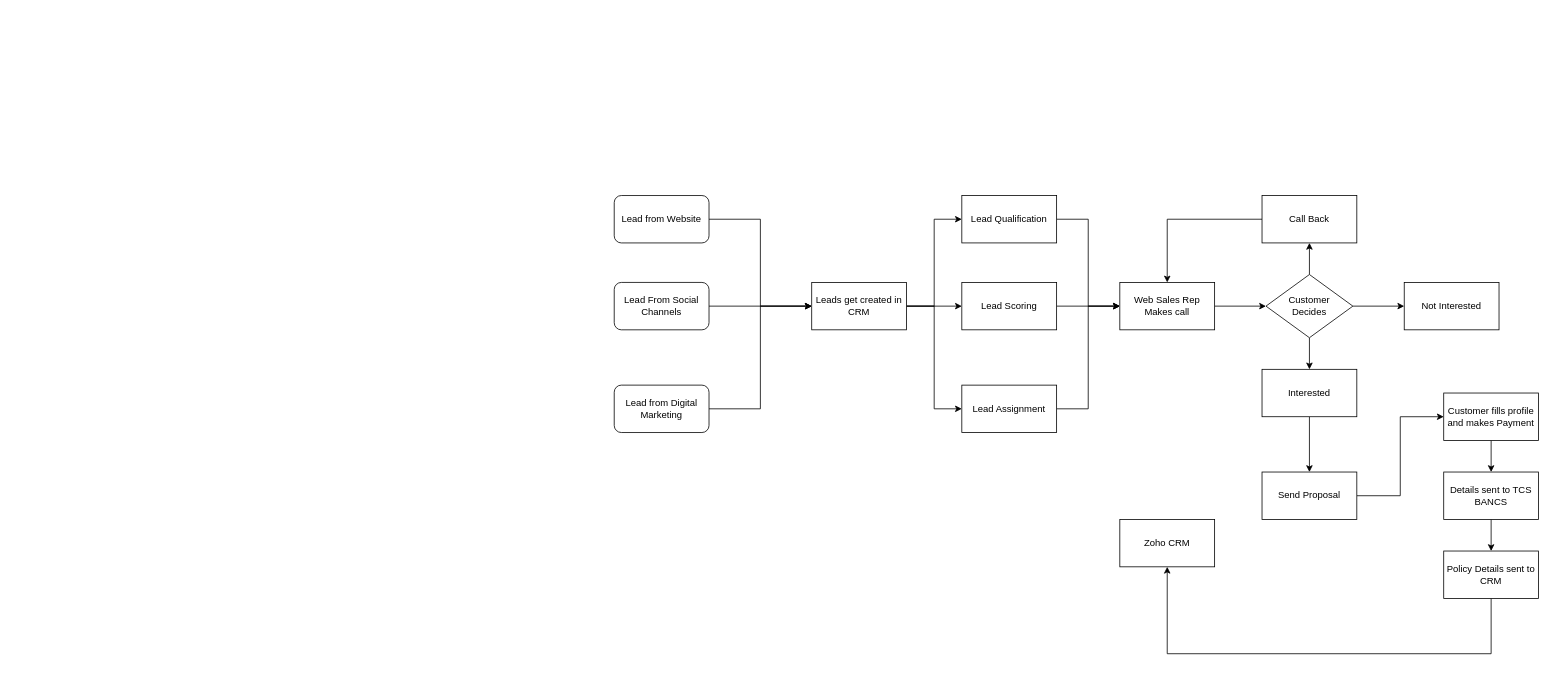
Before: WebSales.drawio in shaileshsreedar/Galaxy, a draw.io diagram. Source tidied: cells renumbered, new cells numbered last; positions are measured from the earlier drawing's top-left corner, leaving out a move shared by most shapes. Both pictures are drawn from the tidied source at 79%, with x=0, y=0 at pixel (614, 195).
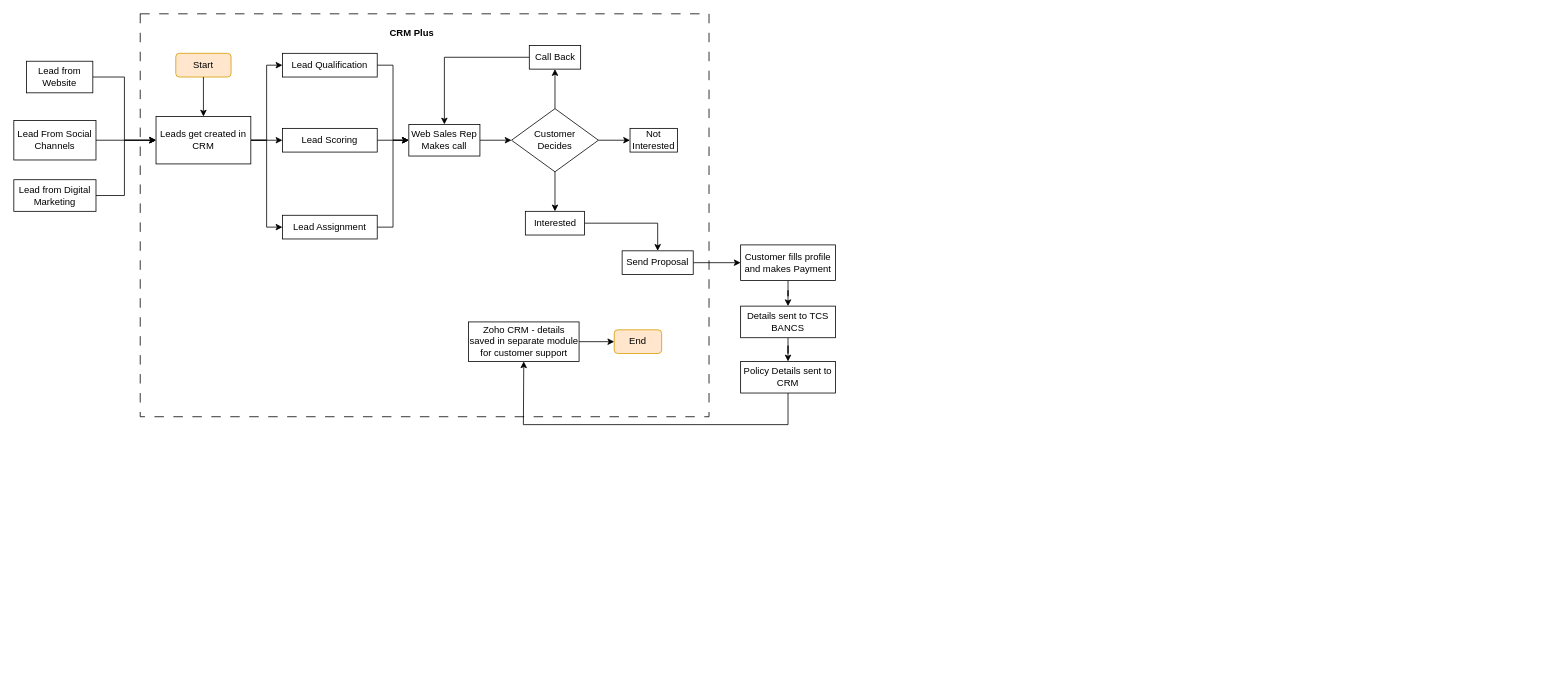
After the change.

Diff of the diagram source:
```diff
@@
-<mxGraphModel>
+<mxGraphModel background="#ffffff">
@@
+    <mxCell id="38" style="rounded=0;whiteSpace=wrap;html=1;dashed=1;dashPattern=12 12;" parent="1" vertex="1">
+      <mxGeometry x="-600" y="-230" width="720" height="510" as="geometry" />
+    </mxCell>
     <mxCell id="2" value="Not Interested" style="rounded=0;whiteSpace=wrap;html=1;" parent="1" vertex="1">
-      <mxGeometry x="1000" y="110" width="120" height="60" as="geometry" />
+      <mxGeometry x="20" y="-85" width="60" height="30" as="geometry" />
     </mxCell>
@@
     <mxCell id="6" value="Customer&lt;br&gt;Decides" style="rhombus;whiteSpace=wrap;html=1;" parent="1" vertex="1">
-      <mxGeometry x="825" y="100" width="110" height="80" as="geometry" />
+      <mxGeometry x="-130" y="-110" width="110" height="80" as="geometry" />
     </mxCell>
@@
     <mxCell id="8" value="Call Back" style="rounded=0;whiteSpace=wrap;html=1;" parent="1" vertex="1">
-      <mxGeometry x="820" width="120" height="60" as="geometry" />
+      <mxGeometry x="-107.5" y="-190" width="65" height="30" as="geometry" />
     </mxCell>
@@
     <mxCell id="10" value="Inte&lt;span style=&quot;background-color: initial;&quot;&gt;rested&lt;/span&gt;" style="rounded=0;whiteSpace=wrap;html=1;" parent="1" vertex="1">
-      <mxGeometry x="820" y="220" width="120" height="60" as="geometry" />
+      <mxGeometry x="-112.5" y="20" width="75" height="30" as="geometry" />
     </mxCell>
@@
     <mxCell id="12" value="Send Proposal" style="rounded=0;whiteSpace=wrap;html=1;" parent="1" vertex="1">
-      <mxGeometry x="820" y="350" width="120" height="60" as="geometry" />
+      <mxGeometry x="10" y="70" width="90" height="30" as="geometry" />
     </mxCell>
@@
     <mxCell id="14" value="Web Sales Rep Makes call" style="rounded=0;whiteSpace=wrap;html=1;" parent="1" vertex="1">
-      <mxGeometry x="640" y="110" width="120" height="60" as="geometry" />
+      <mxGeometry x="-260" y="-90" width="90" height="40" as="geometry" />
     </mxCell>
@@
     <mxCell id="16" value="Lead Qualification" style="rounded=0;whiteSpace=wrap;html=1;" parent="1" vertex="1">
-      <mxGeometry x="440" width="120" height="60" as="geometry" />
+      <mxGeometry x="-420" y="-180" width="120" height="30" as="geometry" />
     </mxCell>
@@
     <mxCell id="18" value="Lead Scoring" style="rounded=0;whiteSpace=wrap;html=1;" parent="1" vertex="1">
-      <mxGeometry x="440" y="110" width="120" height="60" as="geometry" />
+      <mxGeometry x="-420" y="-85" width="120" height="30" as="geometry" />
     </mxCell>
@@
     <mxCell id="20" value="Lead Assignment" style="rounded=0;whiteSpace=wrap;html=1;" parent="1" vertex="1">
-      <mxGeometry x="440" y="240" width="120" height="60" as="geometry" />
+      <mxGeometry x="-420" y="25" width="120" height="30" as="geometry" />
     </mxCell>
@@
     <mxCell id="24" value="Leads get created in CRM" style="rounded=0;whiteSpace=wrap;html=1;" parent="1" vertex="1">
-      <mxGeometry x="250" y="110" width="120" height="60" as="geometry" />
+      <mxGeometry x="-580" y="-100" width="120" height="60" as="geometry" />
     </mxCell>
@@
-    <mxCell id="26" value="Lead from Website" style="rounded=1;whiteSpace=wrap;html=1;" parent="1" vertex="1">
-      <mxGeometry width="120" height="60" as="geometry" />
+    <mxCell id="26" value="Lead from Website" style="rounded=0;whiteSpace=wrap;html=1;" parent="1" vertex="1">
+      <mxGeometry x="-744" y="-170" width="84" height="40" as="geometry" />
     </mxCell>
@@
-    <mxCell id="28" value="Lead From Social Channels" style="rounded=1;whiteSpace=wrap;html=1;" parent="1" vertex="1">
-      <mxGeometry y="110" width="120" height="60" as="geometry" />
+    <mxCell id="28" value="Lead From Social Channels" style="rounded=0;whiteSpace=wrap;html=1;" parent="1" vertex="1">
+      <mxGeometry x="-760" y="-95" width="104" height="50" as="geometry" />
     </mxCell>
-    <mxCell id="29" style="edgeStyle=orthogonalEdgeStyle;rounded=0;jettySize=auto;html=1;entryX=0;entryY=0.5;entryDx=0;entryDy=0;" parent="1" edge="1" source="30" target="24">
-      <mxGeometry relative="1" as="geometry" />
-    </mxCell>
-    <mxCell id="30" value="Lead from Digital Marketing" style="rounded=1;whiteSpace=wrap;html=1;" parent="1" vertex="1">
-      <mxGeometry y="240" width="120" height="60" as="geometry" />
+    <mxCell id="30" value="Lead from Digital Marketing" style="rounded=0;whiteSpace=wrap;html=1;" parent="1" vertex="1">
+      <mxGeometry x="-760" y="-20" width="104" height="40" as="geometry" />
     </mxCell>
@@
     <mxCell id="32" value="Customer fills profile and makes Payment" style="rounded=0;whiteSpace=wrap;html=1;" parent="1" vertex="1">
-      <mxGeometry x="1050" y="250" width="120" height="60" as="geometry" />
+      <mxGeometry x="160" y="62.5" width="120" height="45" as="geometry" />
     </mxCell>
@@
     <mxCell id="34" value="Details sent to TCS BANCS" style="rounded=0;whiteSpace=wrap;html=1;" parent="1" vertex="1">
-      <mxGeometry x="1050" y="350" width="120" height="60" as="geometry" />
+      <mxGeometry x="160" y="140" width="120" height="40" as="geometry" />
     </mxCell>
-    <mxCell id="35" style="edgeStyle=orthogonalEdgeStyle;rounded=0;jettySize=auto;html=1;entryX=0.5;entryY=1;entryDx=0;entryDy=0;" parent="1" edge="1" source="36" target="37">
-      <mxGeometry relative="1" as="geometry">
-        <Array as="points">
-          <mxPoint x="1110" y="580" />
-          <mxPoint x="700" y="580" />
-        </Array>
-      </mxGeometry>
-    </mxCell>
     <mxCell id="36" value="&lt;div&gt;Policy Details sent to CRM&lt;/div&gt;" style="rounded=0;whiteSpace=wrap;html=1;" parent="1" vertex="1">
-      <mxGeometry x="1050" y="450" width="120" height="60" as="geometry" />
+      <mxGeometry x="160" y="210" width="120" height="40" as="geometry" />
     </mxCell>
-    <mxCell id="37" value="Zoho CRM" style="rounded=0;whiteSpace=wrap;html=1;" parent="1" vertex="1">
-      <mxGeometry x="640" y="410" width="120" height="60" as="geometry" />
+    <mxCell id="37" value="Zoho CRM - details saved in separate module for customer support" style="rounded=0;whiteSpace=wrap;html=1;" parent="1" vertex="1">
+      <mxGeometry x="-184.5" y="160" width="140" height="50" as="geometry" />
     </mxCell>
+    <mxCell id="39" value="Start" style="rounded=1;whiteSpace=wrap;html=1;fillColor=#ffe6cc;strokeColor=#d79b00;" parent="1" vertex="1">
+      <mxGeometry x="-555" y="-180" width="70" height="30" as="geometry" />
+    </mxCell>
+    <mxCell id="40" style="endArrow=classic;html=1;rounded=0;exitX=0.5;exitY=1;exitDx=0;exitDy=0;entryX=0.5;entryY=0;entryDx=0;entryDy=0;" parent="1" edge="1" source="39" target="24">
+      <mxGeometry relative="1" as="geometry" />
+    </mxCell>
+    <mxCell id="29" style="endArrow=classic;html=1;rounded=0;exitX=1;exitY=0.5;exitDx=0;exitDy=0;entryX=0;entryY=0.5;entryDx=0;entryDy=0;" parent="1" edge="1" source="30" target="24">
+      <mxGeometry relative="1" as="geometry">
+        <Array as="points">
+          <mxPoint x="-620" />
+          <mxPoint x="-620" y="-70" />
+        </Array>
+      </mxGeometry>
+    </mxCell>
+    <mxCell id="41" style="edgeStyle=orthogonalEdgeStyle;rounded=0;orthogonalLoop=1;jettySize=auto;html=1;exitX=0.5;exitY=1;exitDx=0;exitDy=0;" parent="1" edge="1" source="2" target="2">
+      <mxGeometry relative="1" as="geometry" />
+    </mxCell>
+    <mxCell id="35" style="endArrow=classic;html=1;rounded=0;exitX=0.5;exitY=1;exitDx=0;exitDy=0;entryX=0.5;entryY=1;entryDx=0;entryDy=0;" parent="1" edge="1" source="36" target="37">
+      <mxGeometry relative="1" as="geometry">
+        <Array as="points">
+          <mxPoint x="220" y="290" />
+          <mxPoint x="-115" y="290" />
+        </Array>
+      </mxGeometry>
+    </mxCell>
+    <mxCell id="42" value="End" style="rounded=1;whiteSpace=wrap;html=1;fillColor=#ffe6cc;strokeColor=#d79b00;" parent="1" vertex="1">
+      <mxGeometry y="170" width="60" height="30" as="geometry" />
+    </mxCell>
+    <mxCell id="43" style="endArrow=classic;html=1;rounded=0;exitX=1;exitY=0.5;exitDx=0;exitDy=0;entryX=0;entryY=0.5;entryDx=0;entryDy=0;" parent="1" edge="1" source="37" target="42">
+      <mxGeometry relative="1" as="geometry" />
+    </mxCell>
+    <mxCell id="44" value="CRM Plus" style="text;strokeColor=none;fillColor=none;align=left;verticalAlign=middle;spacingLeft=4;spacingRight=4;overflow=hidden;whiteSpace=wrap;html=1;fontStyle=1;" parent="1" vertex="1">
+      <mxGeometry x="-290" y="-220" width="80" height="30" as="geometry" />
+    </mxCell>
```
